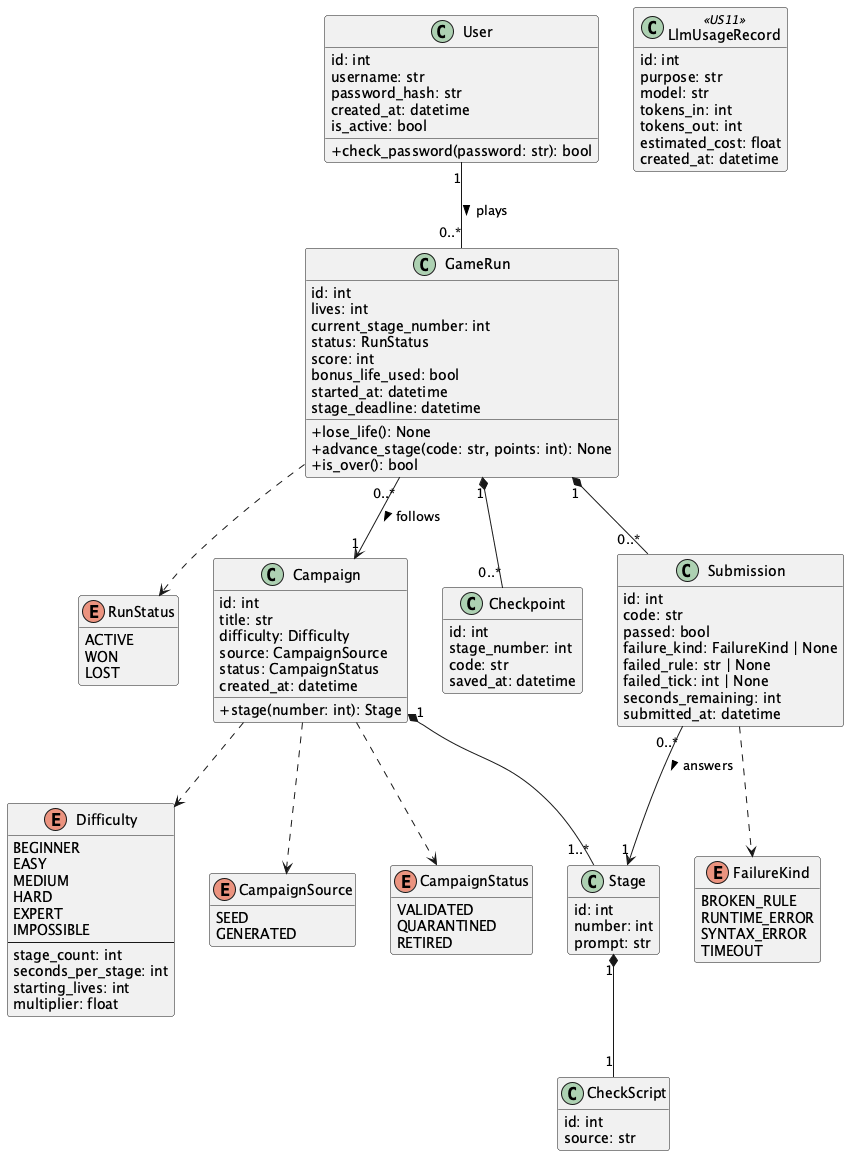
Earlier version of the PlantUML export uml/class.png (msu-denver/rokos-tasks).
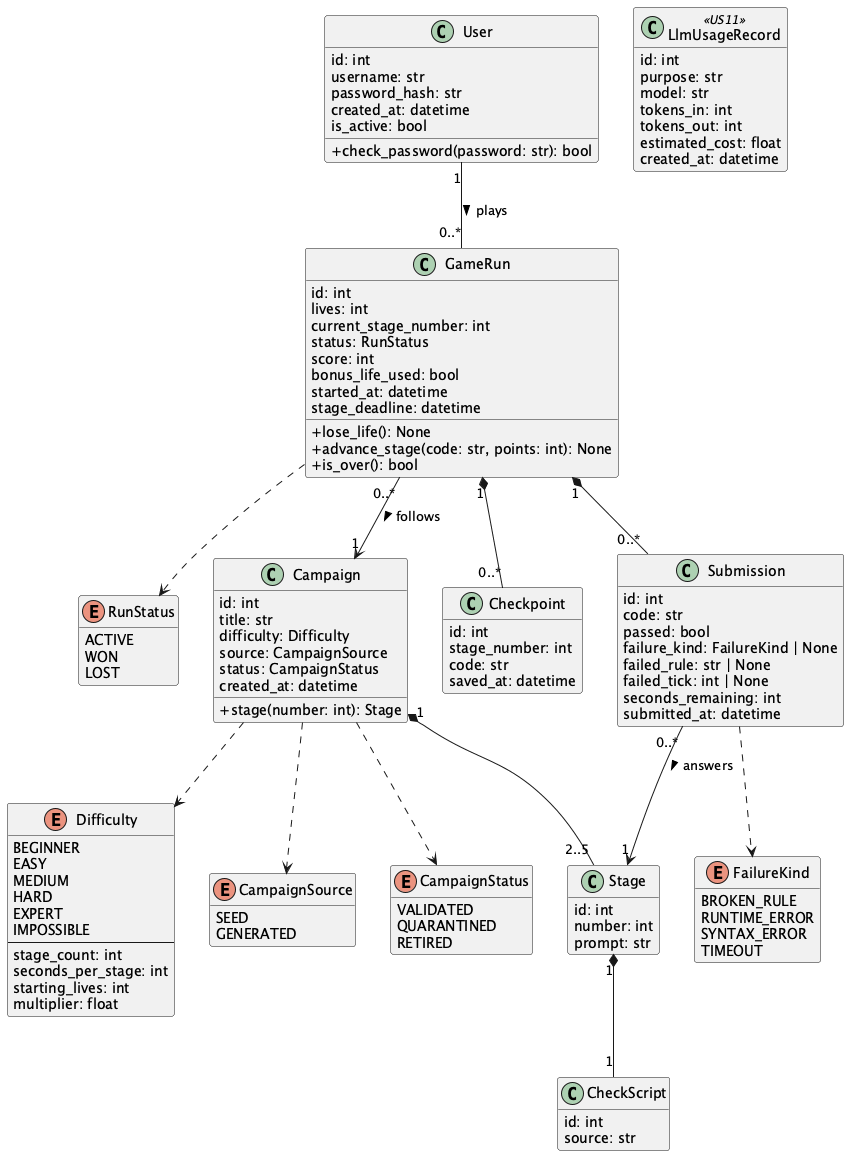
Above is the later version.

Commit message:
docs: fix self-review findings on grading, runner, tests, and UML (#25)

Change to the diagram source:
```diff
@@ -115,7 +115,7 @@
 
 User "1" -- "0..*" GameRun : plays >
 GameRun "0..*" --> "1" Campaign : follows >
-Campaign "1" *-- "1..*" Stage
+Campaign "1" *-- "2..5" Stage
 Stage "1" *-- "1" CheckScript
 GameRun "1" *-- "0..*" Checkpoint
 GameRun "1" *-- "0..*" Submission
```
